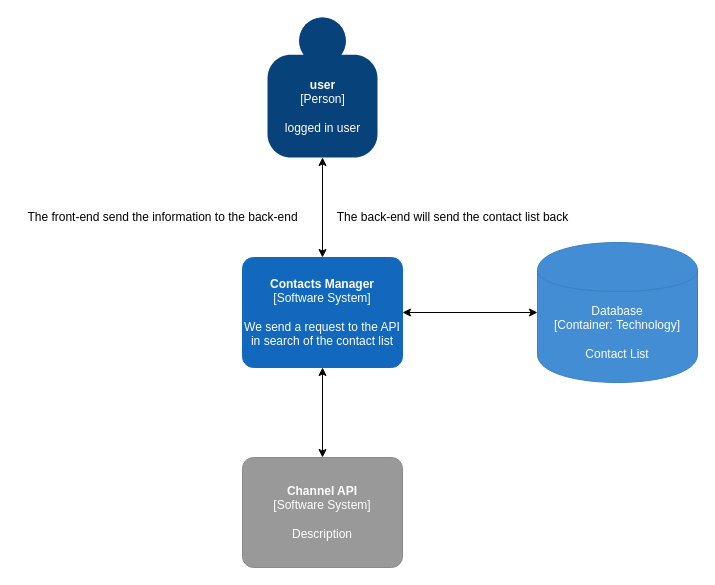
Above: page "Context-Diagram" (1 of 3) of C4/C4-Selecting-Contacts-Module.drawio in HristeaIonut/Morse-Diagrams (draw.io), before the change. Source tidied: cells renumbered, new cells numbered last; positions are measured from the earlier drawing's top-left corner, leaving out a move shared by most shapes. Both pictures are drawn from the tidied source at 100%, with x=0, y=0 at pixel (17, 17).
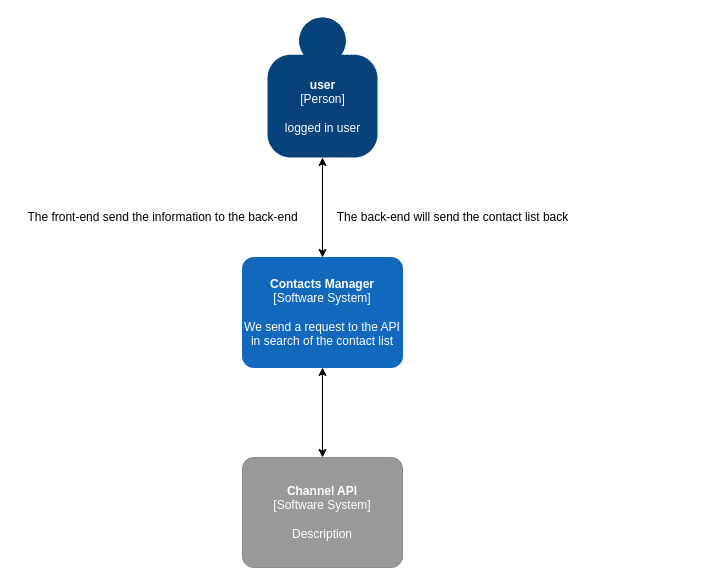
The same page after the edit.

What changed in the source:
```diff
@@
 <mxGraphModel>
   <root>
     <mxCell id="0" />
     <mxCell id="1" parent="0" />
     <mxCell id="2" style="endArrow=classic;startArrow=classic;html=1;exitX=0.5;exitY=0;exitDx=0;exitDy=0;exitPerimeter=0;entryX=0.5;entryY=1;entryDx=0;entryDy=0;entryPerimeter=0;" parent="1" edge="1" source="5" target="6">
       <mxGeometry relative="1" as="geometry" />
     </mxCell>
     <mxCell id="3" value="The front-end send the information to the back-end" style="text;html=1;align=center;verticalAlign=middle;" parent="1" vertex="1">
       <mxGeometry y="190" width="290" height="20" as="geometry" />
     </mxCell>
     <mxCell id="4" value="The back-end will send the contact list back" style="text;html=1;align=center;verticalAlign=middle;" parent="1" vertex="1">
       <mxGeometry x="310" y="190" width="250" height="20" as="geometry" />
     </mxCell>
     <object id="5" label="&lt;b&gt;%c4Name%&lt;/b&gt;&lt;div&gt;[%c4Type%]&lt;/div&gt;&lt;br&gt;&lt;div&gt;%c4Description%&lt;/div&gt;" c4Description="We send a request to the API in search of the contact list" c4Name="Contacts Manager" c4Type="Software System" placeholders="1">
       <mxCell style="rounded=1;whiteSpace=wrap;html=1;labelBackgroundColor=none;fillColor=#1168BD;fontColor=#ffffff;align=center;arcSize=10;strokeColor=#1168BD;metaData={&quot;c4Type&quot;:{&quot;editable&quot;:false}};points=[[0.25,0,0],[0.5,0,0],[0.75,0,0],[1,0.25,0],[1,0.5,0],[1,0.75,0],[0.75,1,0],[0.5,1,0],[0.25,1,0],[0,0.75,0],[0,0.5,0],[0,0.25,0]];" parent="1" vertex="1">
         <mxGeometry x="225" y="240" width="160" height="110" as="geometry" />
       </mxCell>
     </object>
     <object id="6" label="&lt;b&gt;%c4Name%&lt;/b&gt;&lt;div&gt;[%c4Type%]&lt;/div&gt;&lt;br&gt;&lt;div&gt;%c4Description%&lt;/div&gt;" c4Description="logged in user" c4Name="user" c4Type="Person" placeholders="1">
       <mxCell style="html=1;dashed=0;whitespace=wrap;fillColor=#08427b;strokeColor=none;fontColor=#ffffff;shape=mxgraph.c4.person;align=center;points=[[0.5,0,0],[1,0.5,0],[1,0.75,0],[0.75,1,0],[0.5,1,0],[0.25,1,0],[0,0.75,0],[0,0.5,0]];metaData={&quot;c4Type&quot;:{&quot;editable&quot;:false}};" parent="1" vertex="1">
         <mxGeometry x="250" width="110" height="140" as="geometry" />
       </mxCell>
     </object>
-    <mxCell id="7" style="endArrow=classic;startArrow=classic;html=1;exitX=1;exitY=0.5;exitDx=0;exitDy=0;exitPerimeter=0;entryX=0;entryY=0.5;entryDx=0;entryDy=0;entryPerimeter=0;" parent="1" edge="1" source="5" target="8">
-      <mxGeometry relative="1" as="geometry" />
-    </mxCell>
-    <object id="8" label="%c4Type%&lt;div&gt;[Container:&amp;nbsp;%c4Technology%]&lt;/div&gt;&lt;br&gt;&lt;div&gt;%c4Description%&lt;/div&gt;" c4Description="Contact List" c4Technology="Technology" c4Type="Database" placeholders="1">
-      <mxCell style="shape=cylinder;whiteSpace=wrap;html=1;boundedLbl=1;rounded=0;labelBackgroundColor=none;fillColor=#438DD5;fontSize=12;fontColor=#ffffff;align=center;strokeColor=#3C7FC0;points=[[0.5,0,0],[1,0.25,0],[1,0.5,0],[1,0.75,0],[0.5,1,0],[0,0.75,0],[0,0.5,0],[0,0.25,0]];metaData={&quot;c4Type&quot;:{&quot;editable&quot;:false}};" parent="1" vertex="1">
-        <mxGeometry x="520" y="225" width="160" height="140" as="geometry" />
-      </mxCell>
-    </object>
     <mxCell id="9" style="endArrow=classic;startArrow=classic;html=1;entryX=0.5;entryY=1;entryDx=0;entryDy=0;entryPerimeter=0;exitX=0.5;exitY=0;exitDx=0;exitDy=0;exitPerimeter=0;" parent="1" edge="1" source="10" target="5">
       <mxGeometry relative="1" as="geometry" />
     </mxCell>
     <object id="10" label="&lt;b&gt;%c4Name%&lt;/b&gt;&lt;div&gt;[%c4Type%]&lt;/div&gt;&lt;br&gt;&lt;div&gt;%c4Description%&lt;/div&gt;" c4Description="Description" c4Name="Channel API" c4Type="Software System" placeholders="1">
       <mxCell style="rounded=1;whiteSpace=wrap;html=1;labelBackgroundColor=none;fillColor=#999999;fontColor=#ffffff;align=center;arcSize=10;strokeColor=#8A8A8A;metaData={&quot;c4Type&quot;:{&quot;editable&quot;:false}};points=[[0.25,0,0],[0.5,0,0],[0.75,0,0],[1,0.25,0],[1,0.5,0],[1,0.75,0],[0.75,1,0],[0.5,1,0],[0.25,1,0],[0,0.75,0],[0,0.5,0],[0,0.25,0]];" parent="1" vertex="1">
         <mxGeometry x="225" y="440" width="160" height="110" as="geometry" />
       </mxCell>
     </object>
   </root>
 </mxGraphModel>
```
